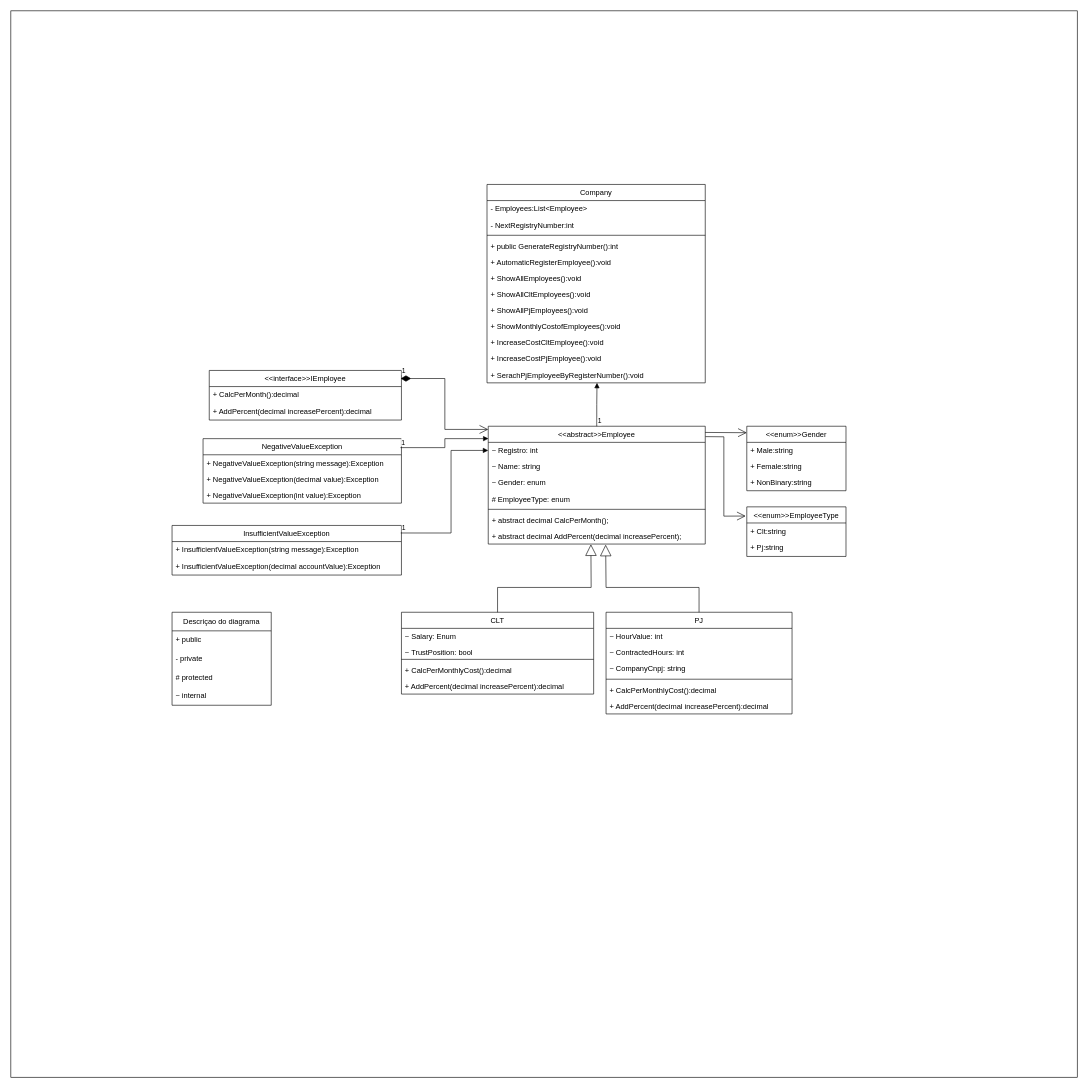
febreno/Cp1cshapEmployee keeps this draw.io diagram as doc/diagram.drawio. Above is the earlier version. Source tidied: cells renumbered, new cells numbered last; positions are measured from the earlier drawing's top-left corner, leaving out a move shared by most shapes. Both pictures are drawn from the tidied source at 62%, with x=0, y=0 at pixel (11, 11).
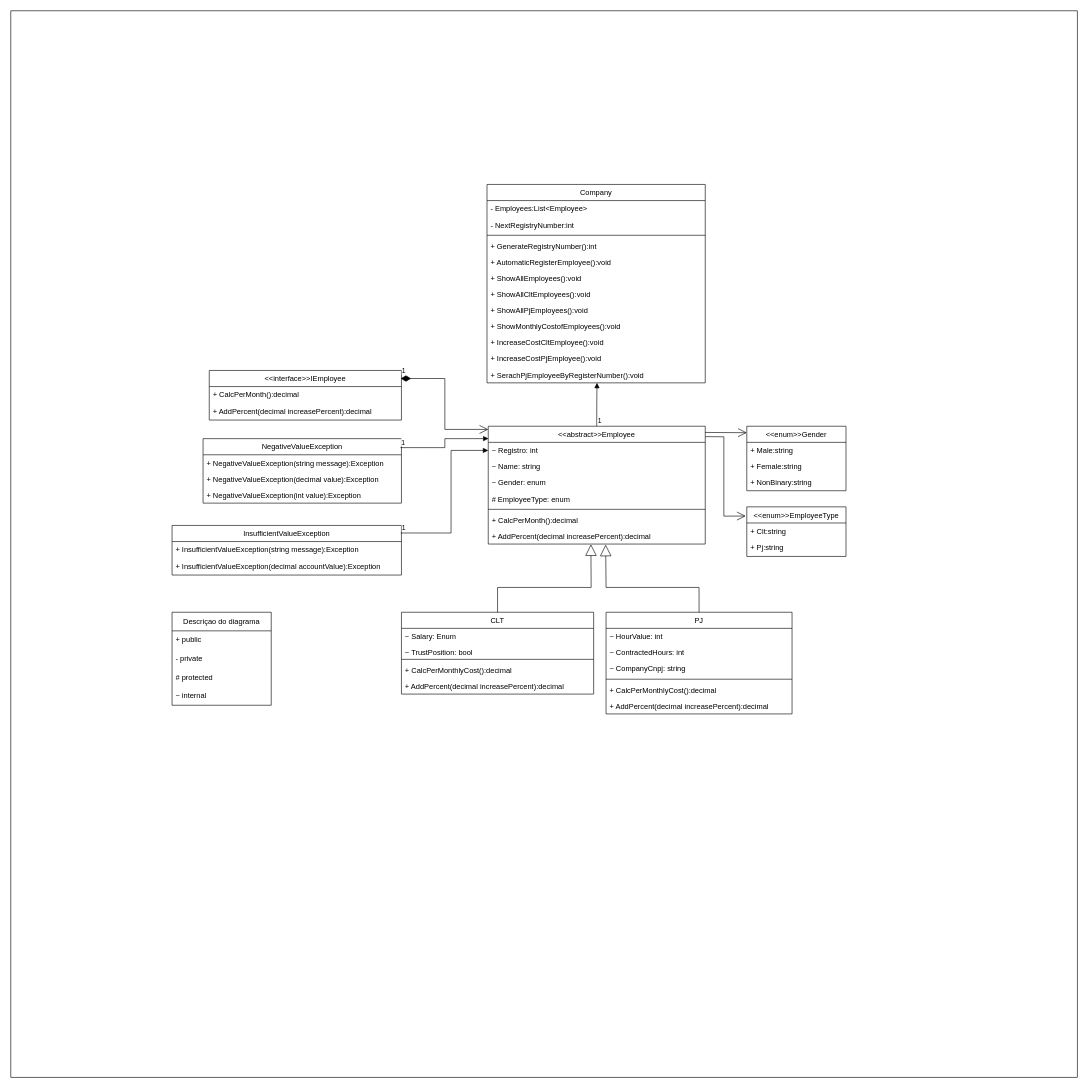
The same diagram, later.

The change refers to these unchanged cells:
```xml
<mxCell id="16" value="&lt;&lt;abstract&gt;&gt;Employee" style="swimlane;fontStyle=0;align=center;verticalAlign=top;horizontal=1;startSize=26;rounded=0;shadow=0;strokeWidth=1;" parent="1" vertex="1">
  <mxGeometry x="770" y="670" width="350" height="190" as="geometry" />
</mxCell>
<mxCell id="46" value="Company" style="swimlane;fontStyle=0;align=center;verticalAlign=top;horizontal=1;startSize=26;rounded=0;shadow=0;strokeWidth=1;" parent="1" vertex="1">
  <mxGeometry x="768" y="280" width="352" height="320" as="geometry" />
</mxCell>
```

What changed in the source:
```diff
@@
-    <mxCell id="22" value="+ abstract decimal CalcPerMonth();" style="text;align=left;verticalAlign=top;spacingLeft=4;spacingRight=4;overflow=hidden;" parent="16" vertex="1">
+    <mxCell id="22" value="+ CalcPerMonth():decimal" style="text;align=left;verticalAlign=top;spacingLeft=4;spacingRight=4;overflow=hidden;" parent="16" vertex="1">
       <mxGeometry y="138" width="350" height="26" as="geometry" />
     </mxCell>
-    <mxCell id="23" value="+ abstract decimal AddPercent(decimal increasePercent);" style="text;align=left;verticalAlign=top;spacingLeft=4;spacingRight=4;overflow=hidden;points=[[0,0.5],[1,0.5]];portConstraint=eastwest;" parent="16" vertex="1">
+    <mxCell id="23" value="+ AddPercent(decimal increasePercent):decimal " style="text;align=left;verticalAlign=top;spacingLeft=4;spacingRight=4;overflow=hidden;points=[[0,0.5],[1,0.5]];portConstraint=eastwest;" parent="16" vertex="1">
       <mxGeometry y="164" width="350" height="26" as="geometry" />
     </mxCell>
@@
-    <mxCell id="50" value="+ public GenerateRegistryNumber():int" style="text;align=left;verticalAlign=top;spacingLeft=4;spacingRight=4;overflow=hidden;" parent="46" vertex="1">
+    <mxCell id="50" value="+ GenerateRegistryNumber():int" style="text;align=left;verticalAlign=top;spacingLeft=4;spacingRight=4;overflow=hidden;" parent="46" vertex="1">
       <mxGeometry y="86" width="352" height="26" as="geometry" />
     </mxCell>
```
